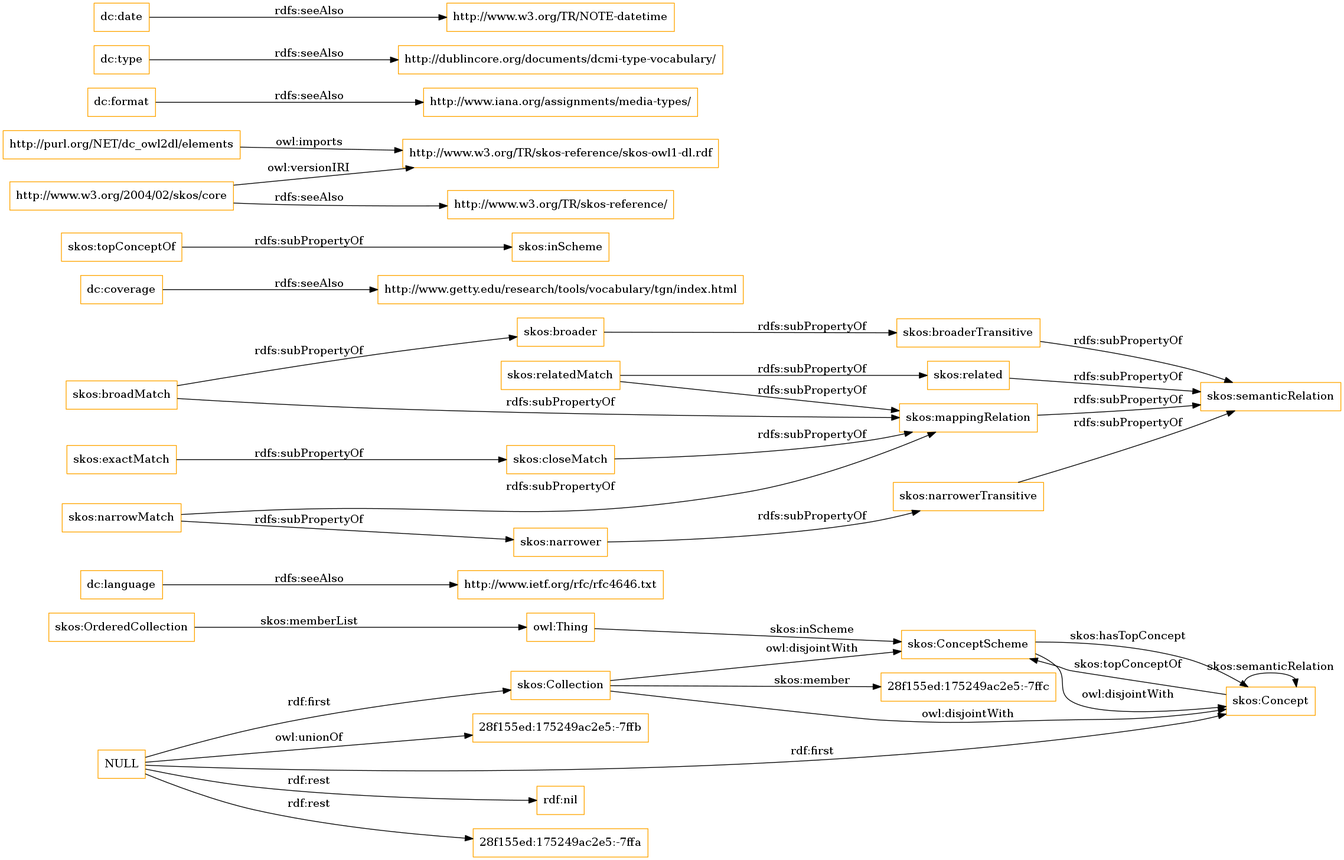
Above: OnToology/imports/elements.owl/diagrams/ar2dtool-class/elements.owl.png in OnToologyUser/core-ontology-1 (Graphviz), before the change. Its source is kept beside it as OnToology/imports/elements.owl/diagrams/ar2dtool-class/elements.owl.png.dot.
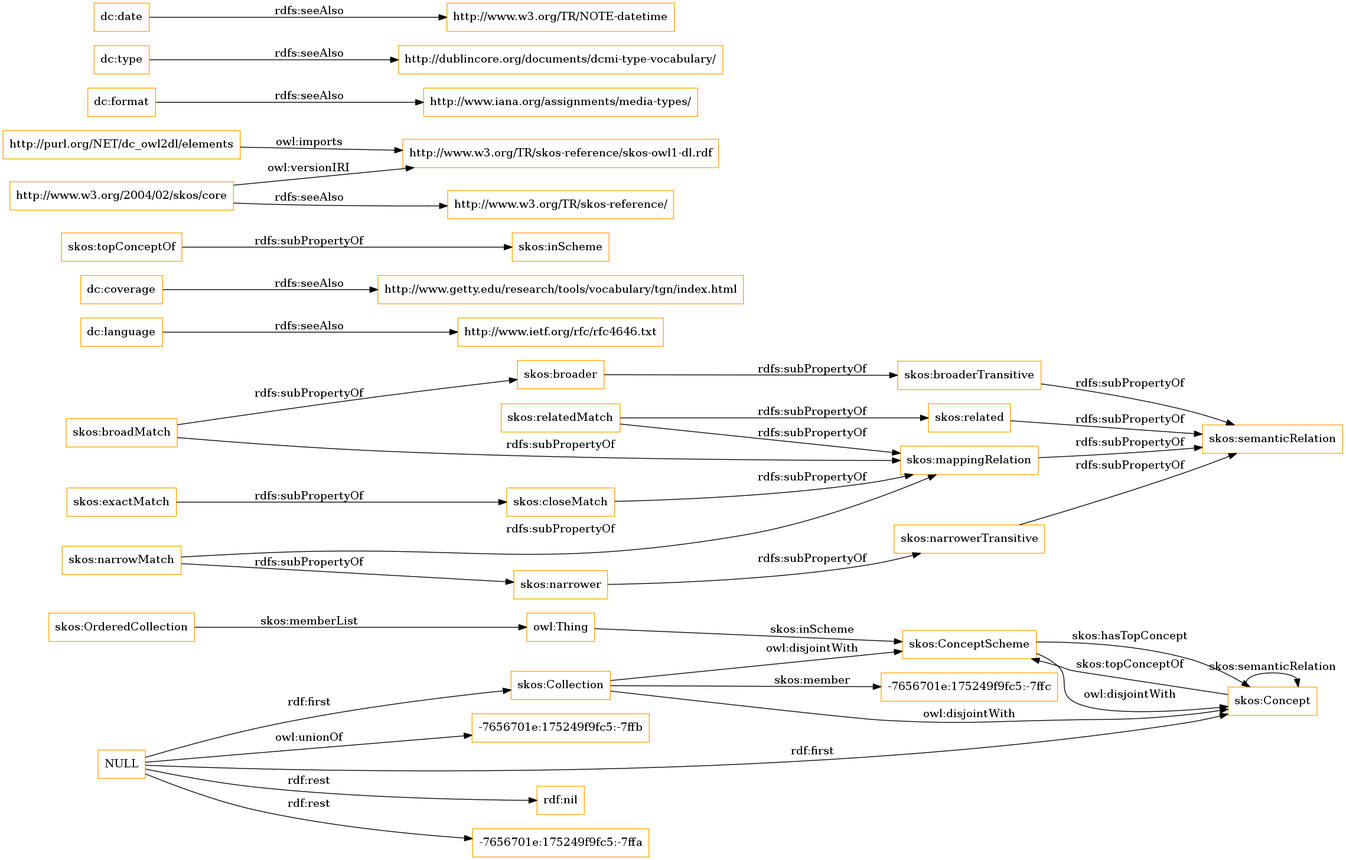
The same file after the commit.

What changed in the source:
```diff
@@ -1,13 +1,9 @@
 digraph ar2dtool_diagram {
 rankdir=LR;
 size="1501"
-node [shape = rectangle, color="orange"]; "28f155ed:175249ac2e5:-7ffc" "skos:OrderedCollection" "skos:Collection" "skos:ConceptScheme" "skos:Concept" ; /*classes style*/
+node [shape = rectangle, color="orange"]; "-7656701e:175249f9fc5:-7ffc" "skos:OrderedCollection" "skos:Collection" "skos:ConceptScheme" "skos:Concept" ; /*classes style*/
+	"skos:narrowerTransitive" -> "skos:semanticRelation" [ label = "rdfs:subPropertyOf" ];
 	"dc:language" -> "http://www.ietf.org/rfc/rfc4646.txt" [ label = "rdfs:seeAlso" ];
-	"NULL" -> "rdf:nil" [ label = "rdf:rest" ];
-	"NULL" -> "skos:Collection" [ label = "rdf:first" ];
-	"NULL" -> "28f155ed:175249ac2e5:-7ffa" [ label = "rdf:rest" ];
-	"NULL" -> "skos:Concept" [ label = "rdf:first" ];
-	"NULL" -> "28f155ed:175249ac2e5:-7ffb" [ label = "owl:unionOf" ];
 	"skos:closeMatch" -> "skos:mappingRelation" [ label = "rdfs:subPropertyOf" ];
 	"dc:coverage" -> "http://www.getty.edu/research/tools/vocabulary/tgn/index.html" [ label = "rdfs:seeAlso" ];
 	"skos:relatedMatch" -> "skos:related" [ label = "rdfs:subPropertyOf" ];
@@ -32,11 +28,15 @@
 	"skos:narrowMatch" -> "skos:mappingRelation" [ label = "rdfs:subPropertyOf" ];
 	"skos:narrower" -> "skos:narrowerTransitive" [ label = "rdfs:subPropertyOf" ];
 	"dc:date" -> "http://www.w3.org/TR/NOTE-datetime" [ label = "rdfs:seeAlso" ];
-	"skos:narrowerTransitive" -> "skos:semanticRelation" [ label = "rdfs:subPropertyOf" ];
+	"NULL" -> "rdf:nil" [ label = "rdf:rest" ];
+	"NULL" -> "skos:Collection" [ label = "rdf:first" ];
+	"NULL" -> "-7656701e:175249f9fc5:-7ffa" [ label = "rdf:rest" ];
+	"NULL" -> "skos:Concept" [ label = "rdf:first" ];
+	"NULL" -> "-7656701e:175249f9fc5:-7ffb" [ label = "owl:unionOf" ];
 	"skos:OrderedCollection" -> "owl:Thing" [ label = "skos:memberList" ];
 	"skos:Concept" -> "skos:ConceptScheme" [ label = "skos:topConceptOf" ];
 	"skos:Concept" -> "skos:Concept" [ label = "skos:semanticRelation" ];
-	"skos:Collection" -> "28f155ed:175249ac2e5:-7ffc" [ label = "skos:member" ];
+	"skos:Collection" -> "-7656701e:175249f9fc5:-7ffc" [ label = "skos:member" ];
 	"skos:ConceptScheme" -> "skos:Concept" [ label = "skos:hasTopConcept" ];
 	"owl:Thing" -> "skos:ConceptScheme" [ label = "skos:inScheme" ];
 
```
